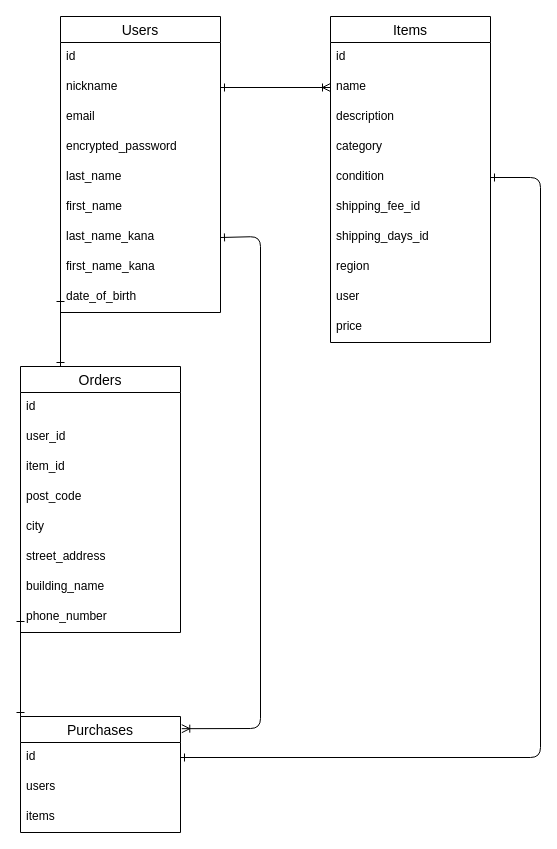
This is furima-39427.dio from oaahibami/furima-39427, a draw.io file, before an edit. Source tidied: cells renumbered, new cells numbered last; positions are measured from the earlier drawing's top-left corner, leaving out a move shared by most shapes. Both pictures are drawn from the tidied source at 100%, with x=0, y=0 at pixel (20, 16).
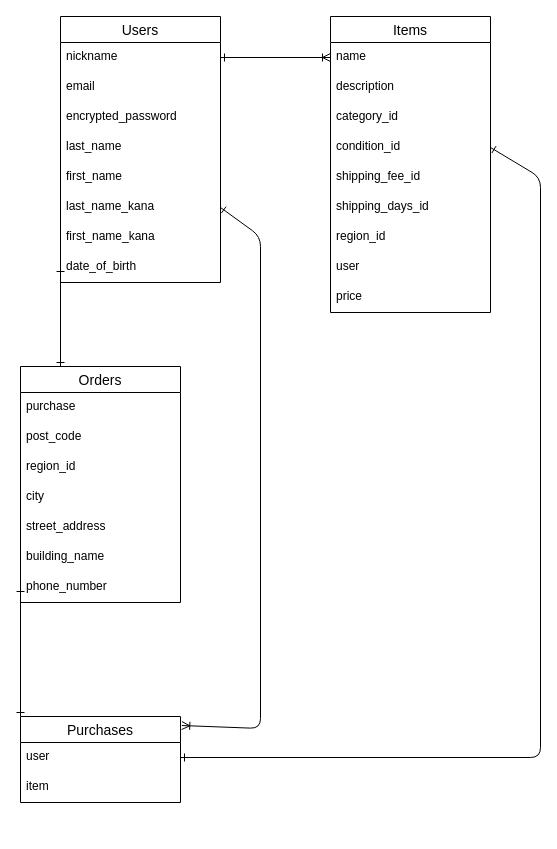
The same diagram, later.

Commit message (it also covers changes not shown here):
データベース設計【修正4回目】

Diff of the diagram source:
```diff
@@
     <mxCell id="2" value="Users" style="swimlane;fontStyle=0;horizontal=1;startSize=26;align=center;fontSize=14;" parent="1" vertex="1">
-      <mxGeometry x="40" width="160" height="296" as="geometry" />
+      <mxGeometry x="40" width="160" height="266" as="geometry" />
     </mxCell>
-    <mxCell id="3" value="id" style="text;strokeColor=none;fillColor=none;spacingLeft=4;spacingRight=4;overflow=hidden;fontSize=12;" parent="2" vertex="1">
-      <mxGeometry y="26" width="160" height="30" as="geometry" />
-    </mxCell>
     <mxCell id="4" value="nickname" style="text;strokeColor=none;fillColor=none;spacingLeft=4;spacingRight=4;overflow=hidden;points=[[0,0.5],[1,0.5]];portConstraint=eastwest;fontSize=12;" parent="2" vertex="1">
-      <mxGeometry y="56" width="160" height="30" as="geometry" />
+      <mxGeometry y="26" width="160" height="30" as="geometry" />
     </mxCell>
     <mxCell id="5" value="email" style="text;strokeColor=none;fillColor=none;spacingLeft=4;spacingRight=4;overflow=hidden;fontSize=12;" parent="2" vertex="1">
-      <mxGeometry y="86" width="160" height="30" as="geometry" />
+      <mxGeometry y="56" width="160" height="30" as="geometry" />
     </mxCell>
     <mxCell id="6" value="encrypted_password" style="text;strokeColor=none;fillColor=none;spacingLeft=4;spacingRight=4;overflow=hidden;fontSize=12;" parent="2" vertex="1">
-      <mxGeometry y="116" width="160" height="30" as="geometry" />
+      <mxGeometry y="86" width="160" height="30" as="geometry" />
     </mxCell>
     <mxCell id="7" value="last_name" style="text;strokeColor=none;fillColor=none;spacingLeft=4;spacingRight=4;overflow=hidden;fontSize=12;" parent="2" vertex="1">
-      <mxGeometry y="146" width="160" height="30" as="geometry" />
+      <mxGeometry y="116" width="160" height="30" as="geometry" />
     </mxCell>
     <mxCell id="8" value="first_name" style="text;strokeColor=none;fillColor=none;spacingLeft=4;spacingRight=4;overflow=hidden;fontSize=12;" parent="2" vertex="1">
-      <mxGeometry y="176" width="160" height="30" as="geometry" />
+      <mxGeometry y="146" width="160" height="30" as="geometry" />
     </mxCell>
     <mxCell id="9" value="last_name_kana" style="text;strokeColor=none;fillColor=none;spacingLeft=4;spacingRight=4;overflow=hidden;points=[[0,0.5],[1,0.5]];portConstraint=eastwest;fontSize=12;" parent="2" vertex="1">
-      <mxGeometry y="206" width="160" height="30" as="geometry" />
+      <mxGeometry y="176" width="160" height="30" as="geometry" />
     </mxCell>
     <mxCell id="10" value="first_name_kana" style="text;strokeColor=none;fillColor=none;spacingLeft=4;spacingRight=4;overflow=hidden;fontSize=12;" parent="2" vertex="1">
-      <mxGeometry y="236" width="160" height="30" as="geometry" />
+      <mxGeometry y="206" width="160" height="30" as="geometry" />
     </mxCell>
     <mxCell id="11" value="date_of_birth" style="text;strokeColor=none;fillColor=none;spacingLeft=4;spacingRight=4;overflow=hidden;points=[[0,0.5],[1,0.5]];portConstraint=eastwest;fontSize=12;" parent="2" vertex="1">
-      <mxGeometry y="266" width="160" height="30" as="geometry" />
+      <mxGeometry y="236" width="160" height="30" as="geometry" />
     </mxCell>
     <mxCell id="12" value="Items" style="swimlane;fontStyle=0;horizontal=1;startSize=26;align=center;fontSize=14;" parent="1" vertex="1">
-      <mxGeometry x="310" width="160" height="326" as="geometry" />
+      <mxGeometry x="310" width="160" height="296" as="geometry" />
     </mxCell>
-    <mxCell id="13" value="id" style="text;strokeColor=none;fillColor=none;spacingLeft=4;spacingRight=4;overflow=hidden;fontSize=12;" parent="12" vertex="1">
-      <mxGeometry y="26" width="160" height="30" as="geometry" />
-    </mxCell>
     <mxCell id="14" value="name" style="text;strokeColor=none;fillColor=none;spacingLeft=4;spacingRight=4;overflow=hidden;points=[[0,0.5],[1,0.5]];portConstraint=eastwest;fontSize=12;" parent="12" vertex="1">
-      <mxGeometry y="56" width="160" height="30" as="geometry" />
+      <mxGeometry y="26" width="160" height="30" as="geometry" />
     </mxCell>
     <mxCell id="15" value="description" style="text;strokeColor=none;fillColor=none;spacingLeft=4;spacingRight=4;overflow=hidden;fontSize=12;" parent="12" vertex="1">
-      <mxGeometry y="86" width="160" height="30" as="geometry" />
+      <mxGeometry y="56" width="160" height="30" as="geometry" />
     </mxCell>
-    <mxCell id="16" value="category" style="text;strokeColor=none;fillColor=none;spacingLeft=4;spacingRight=4;overflow=hidden;fontSize=12;" parent="12" vertex="1">
-      <mxGeometry y="116" width="160" height="30" as="geometry" />
+    <mxCell id="16" value="category_id" style="text;strokeColor=none;fillColor=none;spacingLeft=4;spacingRight=4;overflow=hidden;fontSize=12;" parent="12" vertex="1">
+      <mxGeometry y="86" width="160" height="30" as="geometry" />
     </mxCell>
-    <mxCell id="17" value="condition" style="text;strokeColor=none;fillColor=none;spacingLeft=4;spacingRight=4;overflow=hidden;points=[[0,0.5],[1,0.5]];portConstraint=eastwest;fontSize=12;" parent="12" vertex="1">
-      <mxGeometry y="146" width="160" height="30" as="geometry" />
+    <mxCell id="17" value="condition_id" style="text;strokeColor=none;fillColor=none;spacingLeft=4;spacingRight=4;overflow=hidden;points=[[0,0.5],[1,0.5]];portConstraint=eastwest;fontSize=12;" parent="12" vertex="1">
+      <mxGeometry y="116" width="160" height="30" as="geometry" />
     </mxCell>
     <mxCell id="18" value="shipping_fee_id" style="text;strokeColor=none;fillColor=none;spacingLeft=4;spacingRight=4;overflow=hidden;fontSize=12;" parent="12" vertex="1">
-      <mxGeometry y="176" width="160" height="30" as="geometry" />
+      <mxGeometry y="146" width="160" height="30" as="geometry" />
     </mxCell>
     <mxCell id="19" value="shipping_days_id" style="text;strokeColor=none;fillColor=none;spacingLeft=4;spacingRight=4;overflow=hidden;fontSize=12;" parent="12" vertex="1">
-      <mxGeometry y="206" width="160" height="30" as="geometry" />
+      <mxGeometry y="176" width="160" height="30" as="geometry" />
     </mxCell>
-    <mxCell id="20" value="region" style="text;strokeColor=none;fillColor=none;spacingLeft=4;spacingRight=4;overflow=hidden;fontSize=12;" parent="12" vertex="1">
-      <mxGeometry y="236" width="160" height="30" as="geometry" />
+    <mxCell id="20" value="region_id" style="text;strokeColor=none;fillColor=none;spacingLeft=4;spacingRight=4;overflow=hidden;fontSize=12;" parent="12" vertex="1">
+      <mxGeometry y="206" width="160" height="30" as="geometry" />
     </mxCell>
     <mxCell id="21" value="user" style="text;strokeColor=none;fillColor=none;spacingLeft=4;spacingRight=4;overflow=hidden;fontSize=12;" parent="12" vertex="1">
-      <mxGeometry y="266" width="160" height="30" as="geometry" />
+      <mxGeometry y="236" width="160" height="30" as="geometry" />
     </mxCell>
     <mxCell id="22" value="price" style="text;strokeColor=none;fillColor=none;spacingLeft=4;spacingRight=4;overflow=hidden;fontSize=12;" parent="12" vertex="1">
-      <mxGeometry y="296" width="160" height="30" as="geometry" />
+      <mxGeometry y="266" width="160" height="30" as="geometry" />
     </mxCell>
     <mxCell id="23" value="Purchases" style="swimlane;fontStyle=0;horizontal=1;startSize=26;align=center;fontSize=14;" parent="1" vertex="1">
-      <mxGeometry y="700" width="160" height="116" as="geometry" />
+      <mxGeometry y="700" width="160" height="86" as="geometry" />
     </mxCell>
-    <mxCell id="24" value="id" style="text;strokeColor=none;fillColor=none;spacingLeft=4;spacingRight=4;overflow=hidden;points=[[0,0.5],[1,0.5]];portConstraint=eastwest;fontSize=12;" parent="23" vertex="1">
-      <mxGeometry y="26" width="160" height="30" as="geometry" />
-    </mxCell>
-    <mxCell id="25" value="users" style="text;strokeColor=none;fillColor=none;spacingLeft=4;spacingRight=4;overflow=hidden;fontSize=12;" parent="23" vertex="1">
-      <mxGeometry y="56" width="160" height="30" as="geometry" />
+    <mxCell id="25" value="user" style="text;strokeColor=none;fillColor=none;spacingLeft=4;spacingRight=4;overflow=hidden;fontSize=12;" parent="23" vertex="1">
+      <mxGeometry y="26" width="160" height="30" as="geometry" />
     </mxCell>
-    <mxCell id="26" value="items" style="text;strokeColor=none;fillColor=none;spacingLeft=4;spacingRight=4;overflow=hidden;fontSize=12;" parent="23" vertex="1">
-      <mxGeometry y="86" width="160" height="30" as="geometry" />
+    <mxCell id="26" value="item" style="text;strokeColor=none;fillColor=none;spacingLeft=4;spacingRight=4;overflow=hidden;fontSize=12;" parent="23" vertex="1">
+      <mxGeometry y="56" width="160" height="30" as="geometry" />
     </mxCell>
     <mxCell id="27" value="Orders" style="swimlane;fontStyle=0;horizontal=1;startSize=26;align=center;fontSize=14;" parent="1" vertex="1">
-      <mxGeometry y="350" width="160" height="266" as="geometry" />
+      <mxGeometry y="350" width="160" height="236" as="geometry" />
     </mxCell>
-    <mxCell id="28" value="id" style="text;strokeColor=none;fillColor=none;spacingLeft=4;spacingRight=4;overflow=hidden;fontSize=12;" parent="27" vertex="1">
-      <mxGeometry y="26" width="160" height="30" as="geometry" />
-    </mxCell>
-    <mxCell id="29" value="user_id" style="text;strokeColor=none;fillColor=none;spacingLeft=4;spacingRight=4;overflow=hidden;fontSize=12;" parent="27" vertex="1">
-      <mxGeometry y="56" width="160" height="30" as="geometry" />
-    </mxCell>
-    <mxCell id="30" value="item_id" style="text;strokeColor=none;fillColor=none;spacingLeft=4;spacingRight=4;overflow=hidden;fontSize=12;" parent="27" vertex="1">
-      <mxGeometry y="86" width="160" height="30" as="geometry" />
+    <mxCell id="30" value="purchase" style="text;strokeColor=none;fillColor=none;spacingLeft=4;spacingRight=4;overflow=hidden;fontSize=12;" parent="27" vertex="1">
+      <mxGeometry y="26" width="160" height="30" as="geometry" />
     </mxCell>
     <mxCell id="31" value="post_code" style="text;strokeColor=none;fillColor=none;spacingLeft=4;spacingRight=4;overflow=hidden;fontSize=12;" parent="27" vertex="1">
-      <mxGeometry y="116" width="160" height="30" as="geometry" />
+      <mxGeometry y="56" width="160" height="30" as="geometry" />
     </mxCell>
+    <mxCell id="41" value="region_id" style="text;strokeColor=none;fillColor=none;spacingLeft=4;spacingRight=4;overflow=hidden;fontSize=12;" parent="27" vertex="1">
+      <mxGeometry y="86" width="160" height="30" as="geometry" />
+    </mxCell>
     <mxCell id="32" value="city" style="text;strokeColor=none;fillColor=none;spacingLeft=4;spacingRight=4;overflow=hidden;fontSize=12;" parent="27" vertex="1">
-      <mxGeometry y="146" width="160" height="30" as="geometry" />
+      <mxGeometry y="116" width="160" height="30" as="geometry" />
     </mxCell>
     <mxCell id="33" value="street_address" style="text;strokeColor=none;fillColor=none;spacingLeft=4;spacingRight=4;overflow=hidden;fontSize=12;" parent="27" vertex="1">
-      <mxGeometry y="176" width="160" height="30" as="geometry" />
+      <mxGeometry y="146" width="160" height="30" as="geometry" />
     </mxCell>
     <mxCell id="34" value="building_name" style="text;strokeColor=none;fillColor=none;spacingLeft=4;spacingRight=4;overflow=hidden;fontSize=12;" parent="27" vertex="1">
-      <mxGeometry y="206" width="160" height="30" as="geometry" />
+      <mxGeometry y="176" width="160" height="30" as="geometry" />
     </mxCell>
     <mxCell id="35" value="phone_number" style="text;strokeColor=none;fillColor=none;spacingLeft=4;spacingRight=4;overflow=hidden;points=[[0,0.5],[1,0.5]];portConstraint=eastwest;fontSize=12;" parent="27" vertex="1">
-      <mxGeometry y="236" width="160" height="30" as="geometry" />
+      <mxGeometry y="206" width="160" height="30" as="geometry" />
     </mxCell>
@@
-    <mxCell id="39" style="edgeStyle=none;html=1;exitX=1;exitY=0.5;exitDx=0;exitDy=0;entryX=1;entryY=0.5;entryDx=0;entryDy=0;startArrow=ERone;startFill=0;endArrow=ERone;endFill=0;" parent="1" edge="1" source="17" target="24">
+    <mxCell id="39" style="edgeStyle=none;html=1;exitX=1;exitY=0.5;exitDx=0;exitDy=0;entryX=1;entryY=0.5;entryDx=0;entryDy=0;startArrow=ERone;startFill=0;endArrow=ERone;endFill=0;" parent="1" edge="1" source="17">
       <mxGeometry relative="1" as="geometry">
+        <mxPoint x="160" y="741" as="targetPoint" />
         <Array as="points">
           <mxPoint x="520" y="161" />
           <mxPoint x="520" y="741" />
         </Array>
       </mxGeometry>
     </mxCell>
```
